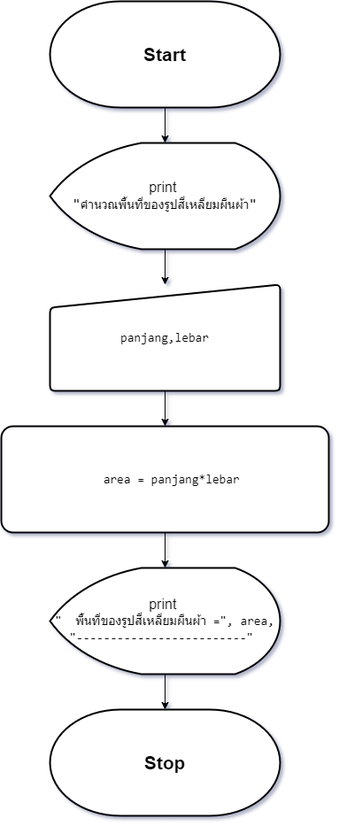
Above: asset/F_png_file/sp_3.drawio.png in TeaplusSsuwan/Geometric_computation (draw.io), before the change. Source tidied: cells renumbered, new cells last; positions are measured from the earlier drawing's top-left corner, leaving out a move shared by most shapes. The source it was exported from:
```xml
<mxGraphModel>
  <root>
    <mxCell id="0" />
    <mxCell id="1" parent="0" />
    <mxCell id="2" value="&lt;font style=&quot;font-size: 21px;&quot;&gt;&lt;b&gt;Start&lt;/b&gt;&lt;/font&gt;" style="strokeWidth=2;html=1;shape=mxgraph.flowchart.terminator;whiteSpace=wrap;" parent="1" vertex="1">
      <mxGeometry x="55" width="260" height="120" as="geometry" />
    </mxCell>
    <mxCell id="3" style="edgeStyle=orthogonalEdgeStyle;rounded=0;jettySize=auto;html=1;entryX=0.5;entryY=0;entryDx=0;entryDy=0;" parent="1" edge="1" source="4" target="7">
      <mxGeometry relative="1" as="geometry" />
    </mxCell>
    <mxCell id="4" value="&lt;font style=&quot;font-size: 16px;&quot;&gt;print&amp;nbsp;&lt;/font&gt;&lt;div&gt;&lt;span style=&quot;font-family: Consolas, &amp;quot;Courier New&amp;quot;, monospace; white-space: pre;&quot;&gt;&lt;font style=&quot;font-size: 16px;&quot;&gt;&quot;&lt;/font&gt;&lt;/span&gt;&lt;span style=&quot;font-family: Consolas, &amp;quot;Courier New&amp;quot;, monospace; font-size: 14px; white-space: pre;&quot;&gt;คำนวณพื้นที่ของรูปสี่เหลี่ยมผืนผ้า&lt;/span&gt;&lt;span style=&quot;font-family: Consolas, &amp;quot;Courier New&amp;quot;, monospace; font-size: 16px; white-space: pre;&quot;&gt;&quot;&lt;/span&gt;&lt;br&gt;&lt;/div&gt;" style="strokeWidth=2;html=1;shape=mxgraph.flowchart.display;whiteSpace=wrap;" parent="1" vertex="1">
      <mxGeometry x="55" y="160" width="260" height="120" as="geometry" />
    </mxCell>
    <mxCell id="5" style="edgeStyle=orthogonalEdgeStyle;rounded=0;jettySize=auto;html=1;entryX=0.5;entryY=0;entryDx=0;entryDy=0;entryPerimeter=0;" parent="1" edge="1" source="2" target="4">
      <mxGeometry relative="1" as="geometry" />
    </mxCell>
    <mxCell id="6" style="edgeStyle=orthogonalEdgeStyle;rounded=0;jettySize=auto;html=1;" parent="1" edge="1" source="7" target="9">
      <mxGeometry relative="1" as="geometry" />
    </mxCell>
    <mxCell id="7" value="&lt;div style=&quot;font-size: 16px;&quot;&gt;&lt;div style=&quot;font-family: Consolas, &amp;quot;Courier New&amp;quot;, monospace; font-size: 14px; line-height: 19px; white-space: pre;&quot;&gt;&lt;div style=&quot;line-height: 19px;&quot;&gt;&lt;span style=&quot;background-color: rgb(255, 255, 255);&quot;&gt;panjang,lebar&lt;/span&gt;&lt;/div&gt;&lt;/div&gt;&lt;/div&gt;" style="html=1;strokeWidth=2;shape=manualInput;whiteSpace=wrap;rounded=1;size=26;arcSize=11;" parent="1" vertex="1">
      <mxGeometry x="55" y="320" width="260" height="120" as="geometry" />
    </mxCell>
    <mxCell id="8" style="edgeStyle=orthogonalEdgeStyle;rounded=0;jettySize=auto;html=1;" parent="1" edge="1" source="9" target="11">
      <mxGeometry relative="1" as="geometry" />
    </mxCell>
    <mxCell id="9" value="&lt;div style=&quot;font-family: Consolas, &amp;quot;Courier New&amp;quot;, monospace; font-size: 16px; line-height: 19px; white-space: pre;&quot;&gt;&lt;div style=&quot;font-size: 14px; line-height: 19px;&quot;&gt;&lt;div style=&quot;&quot;&gt;&lt;div style=&quot;line-height: 19px;&quot;&gt;&lt;div style=&quot;&quot;&gt;&amp;nbsp; area = panjang*lebar&lt;/div&gt;&lt;/div&gt;&lt;/div&gt;&lt;/div&gt;&lt;/div&gt;" style="rounded=1;whiteSpace=wrap;html=1;strokeWidth=2;arcSize=11;" parent="1" vertex="1">
      <mxGeometry y="480" width="370" height="120" as="geometry" />
    </mxCell>
    <mxCell id="10" style="edgeStyle=orthogonalEdgeStyle;rounded=0;jettySize=auto;html=1;" parent="1" edge="1" source="11" target="12">
      <mxGeometry relative="1" as="geometry" />
    </mxCell>
    <mxCell id="11" value="&lt;font style=&quot;font-size: 16px;&quot;&gt;print&amp;nbsp;&lt;/font&gt;&lt;div&gt;&lt;div style=&quot;font-family: Consolas, &amp;quot;Courier New&amp;quot;, monospace; font-size: 14px; line-height: 19px; white-space: pre;&quot;&gt;&quot; &amp;nbsp;พื้นที่ของรูปสี่เหลี่ยมผืนผ้า =&quot;, area,&lt;br&gt;&lt;/div&gt;&lt;div style=&quot;font-family: Consolas, &amp;quot;Courier New&amp;quot;, monospace; font-size: 14px; line-height: 19px; white-space: pre;&quot;&gt;&quot;-------------------------&quot; &lt;/div&gt;&lt;/div&gt;" style="strokeWidth=2;html=1;shape=mxgraph.flowchart.display;whiteSpace=wrap;" parent="1" vertex="1">
      <mxGeometry x="55" y="640" width="260" height="120" as="geometry" />
    </mxCell>
    <mxCell id="12" value="&lt;font style=&quot;font-size: 21px;&quot;&gt;&lt;b&gt;Stop&lt;/b&gt;&lt;/font&gt;" style="strokeWidth=2;html=1;shape=mxgraph.flowchart.terminator;whiteSpace=wrap;" parent="1" vertex="1">
      <mxGeometry x="55" y="800" width="260" height="120" as="geometry" />
    </mxCell>
  </root>
</mxGraphModel>
```
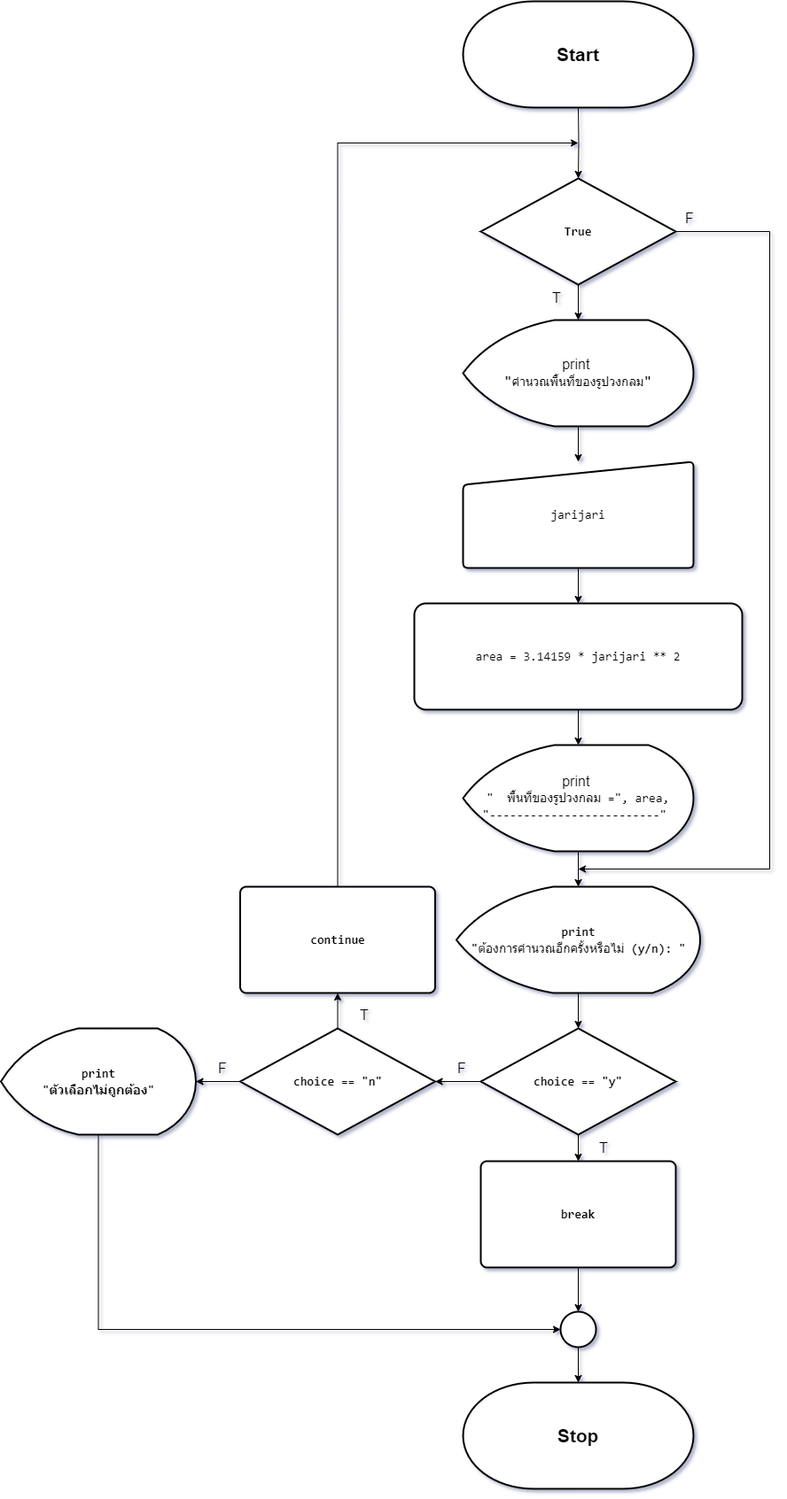
The same file after the commit.

Diff of the diagram source:
```diff
@@ -3,37 +3,129 @@
     <mxCell id="0" />
     <mxCell id="1" parent="0" />
     <mxCell id="2" value="&lt;font style=&quot;font-size: 21px;&quot;&gt;&lt;b&gt;Start&lt;/b&gt;&lt;/font&gt;" style="strokeWidth=2;html=1;shape=mxgraph.flowchart.terminator;whiteSpace=wrap;" parent="1" vertex="1">
-      <mxGeometry x="55" width="260" height="120" as="geometry" />
+      <mxGeometry x="55" y="-200" width="260" height="120" as="geometry" />
     </mxCell>
     <mxCell id="3" style="edgeStyle=orthogonalEdgeStyle;rounded=0;jettySize=auto;html=1;entryX=0.5;entryY=0;entryDx=0;entryDy=0;" parent="1" edge="1" source="4" target="7">
       <mxGeometry relative="1" as="geometry" />
     </mxCell>
-    <mxCell id="4" value="&lt;font style=&quot;font-size: 16px;&quot;&gt;print&amp;nbsp;&lt;/font&gt;&lt;div&gt;&lt;span style=&quot;font-family: Consolas, &amp;quot;Courier New&amp;quot;, monospace; white-space: pre;&quot;&gt;&lt;font style=&quot;font-size: 16px;&quot;&gt;&quot;&lt;/font&gt;&lt;/span&gt;&lt;span style=&quot;font-family: Consolas, &amp;quot;Courier New&amp;quot;, monospace; font-size: 14px; white-space: pre;&quot;&gt;คำนวณพื้นที่ของรูปสี่เหลี่ยมผืนผ้า&lt;/span&gt;&lt;span style=&quot;font-family: Consolas, &amp;quot;Courier New&amp;quot;, monospace; font-size: 16px; white-space: pre;&quot;&gt;&quot;&lt;/span&gt;&lt;br&gt;&lt;/div&gt;" style="strokeWidth=2;html=1;shape=mxgraph.flowchart.display;whiteSpace=wrap;" parent="1" vertex="1">
+    <mxCell id="4" value="&lt;font style=&quot;font-size: 16px;&quot;&gt;print&amp;nbsp;&lt;/font&gt;&lt;div&gt;&lt;span style=&quot;font-family: Consolas, &amp;quot;Courier New&amp;quot;, monospace; white-space: pre;&quot;&gt;&lt;font style=&quot;font-size: 16px;&quot;&gt;&quot;&lt;/font&gt;&lt;/span&gt;&lt;span style=&quot;font-family: Consolas, &amp;quot;Courier New&amp;quot;, monospace; font-size: 14px; white-space: pre;&quot;&gt;คำนวณพื้นที่ของรูปวงกลม&lt;/span&gt;&lt;span style=&quot;font-family: Consolas, &amp;quot;Courier New&amp;quot;, monospace; font-size: 16px; white-space: pre;&quot;&gt;&quot;&lt;/span&gt;&lt;br&gt;&lt;/div&gt;" style="strokeWidth=2;html=1;shape=mxgraph.flowchart.display;whiteSpace=wrap;" parent="1" vertex="1">
       <mxGeometry x="55" y="160" width="260" height="120" as="geometry" />
     </mxCell>
-    <mxCell id="5" style="edgeStyle=orthogonalEdgeStyle;rounded=0;jettySize=auto;html=1;entryX=0.5;entryY=0;entryDx=0;entryDy=0;entryPerimeter=0;" parent="1" edge="1" source="2" target="4">
-      <mxGeometry relative="1" as="geometry" />
-    </mxCell>
     <mxCell id="6" style="edgeStyle=orthogonalEdgeStyle;rounded=0;jettySize=auto;html=1;" parent="1" edge="1" source="7" target="9">
       <mxGeometry relative="1" as="geometry" />
     </mxCell>
-    <mxCell id="7" value="&lt;div style=&quot;font-size: 16px;&quot;&gt;&lt;div style=&quot;font-family: Consolas, &amp;quot;Courier New&amp;quot;, monospace; font-size: 14px; line-height: 19px; white-space: pre;&quot;&gt;&lt;div style=&quot;line-height: 19px;&quot;&gt;&lt;span style=&quot;background-color: rgb(255, 255, 255);&quot;&gt;panjang,lebar&lt;/span&gt;&lt;/div&gt;&lt;/div&gt;&lt;/div&gt;" style="html=1;strokeWidth=2;shape=manualInput;whiteSpace=wrap;rounded=1;size=26;arcSize=11;" parent="1" vertex="1">
+    <mxCell id="7" value="&lt;div style=&quot;font-size: 16px;&quot;&gt;&lt;div style=&quot;font-family: Consolas, &amp;quot;Courier New&amp;quot;, monospace; font-size: 14px; line-height: 19px; white-space: pre;&quot;&gt;&lt;div style=&quot;line-height: 19px;&quot;&gt;&lt;div style=&quot;line-height: 19px;&quot;&gt;jarijari&lt;/div&gt;&lt;/div&gt;&lt;/div&gt;&lt;/div&gt;" style="html=1;strokeWidth=2;shape=manualInput;whiteSpace=wrap;rounded=1;size=26;arcSize=11;" parent="1" vertex="1">
       <mxGeometry x="55" y="320" width="260" height="120" as="geometry" />
     </mxCell>
     <mxCell id="8" style="edgeStyle=orthogonalEdgeStyle;rounded=0;jettySize=auto;html=1;" parent="1" edge="1" source="9" target="11">
       <mxGeometry relative="1" as="geometry" />
     </mxCell>
-    <mxCell id="9" value="&lt;div style=&quot;font-family: Consolas, &amp;quot;Courier New&amp;quot;, monospace; font-size: 16px; line-height: 19px; white-space: pre;&quot;&gt;&lt;div style=&quot;font-size: 14px; line-height: 19px;&quot;&gt;&lt;div style=&quot;&quot;&gt;&lt;div style=&quot;line-height: 19px;&quot;&gt;&lt;div style=&quot;&quot;&gt;&amp;nbsp; area = panjang*lebar&lt;/div&gt;&lt;/div&gt;&lt;/div&gt;&lt;/div&gt;&lt;/div&gt;" style="rounded=1;whiteSpace=wrap;html=1;strokeWidth=2;arcSize=11;" parent="1" vertex="1">
+    <mxCell id="9" value="&lt;div style=&quot;font-family: Consolas, &amp;quot;Courier New&amp;quot;, monospace; font-size: 16px; line-height: 19px; white-space: pre;&quot;&gt;&lt;div style=&quot;font-size: 14px; line-height: 19px;&quot;&gt;&lt;div style=&quot;&quot;&gt;&lt;div style=&quot;line-height: 19px;&quot;&gt;&lt;div style=&quot;&quot;&gt;&lt;div style=&quot;line-height: 19px;&quot;&gt;&lt;span style=&quot;background-color: rgb(255, 255, 255);&quot;&gt;area = 3.14159 * jarijari ** 2&lt;/span&gt;&lt;/div&gt;&lt;/div&gt;&lt;/div&gt;&lt;/div&gt;&lt;/div&gt;&lt;/div&gt;" style="rounded=1;whiteSpace=wrap;html=1;strokeWidth=2;arcSize=11;" parent="1" vertex="1">
       <mxGeometry y="480" width="370" height="120" as="geometry" />
     </mxCell>
-    <mxCell id="10" style="edgeStyle=orthogonalEdgeStyle;rounded=0;jettySize=auto;html=1;" parent="1" edge="1" source="11" target="12">
-      <mxGeometry relative="1" as="geometry" />
-    </mxCell>
+    <mxCell id="13" style="edgeStyle=orthogonalEdgeStyle;rounded=0;jettySize=auto;html=1;" parent="1" edge="1" source="11" target="21">
+      <mxGeometry relative="1" as="geometry" />
+    </mxCell>
-    <mxCell id="11" value="&lt;font style=&quot;font-size: 16px;&quot;&gt;print&amp;nbsp;&lt;/font&gt;&lt;div&gt;&lt;div style=&quot;font-family: Consolas, &amp;quot;Courier New&amp;quot;, monospace; font-size: 14px; line-height: 19px; white-space: pre;&quot;&gt;&quot; &amp;nbsp;พื้นที่ของรูปสี่เหลี่ยมผืนผ้า =&quot;, area,&lt;br&gt;&lt;/div&gt;&lt;div style=&quot;font-family: Consolas, &amp;quot;Courier New&amp;quot;, monospace; font-size: 14px; line-height: 19px; white-space: pre;&quot;&gt;&quot;-------------------------&quot; &lt;/div&gt;&lt;/div&gt;" style="strokeWidth=2;html=1;shape=mxgraph.flowchart.display;whiteSpace=wrap;" parent="1" vertex="1">
+    <mxCell id="11" value="&lt;font style=&quot;font-size: 16px;&quot;&gt;print&amp;nbsp;&lt;/font&gt;&lt;div&gt;&lt;div style=&quot;font-family: Consolas, &amp;quot;Courier New&amp;quot;, monospace; font-size: 14px; line-height: 19px; white-space: pre;&quot;&gt;&quot; &amp;nbsp;พื้นที่ของรูปวงกลม =&quot;, area,&lt;br&gt;&lt;/div&gt;&lt;div style=&quot;font-family: Consolas, &amp;quot;Courier New&amp;quot;, monospace; font-size: 14px; line-height: 19px; white-space: pre;&quot;&gt;&quot;-------------------------&quot; &lt;/div&gt;&lt;/div&gt;" style="strokeWidth=2;html=1;shape=mxgraph.flowchart.display;whiteSpace=wrap;" parent="1" vertex="1">
       <mxGeometry x="55" y="640" width="260" height="120" as="geometry" />
     </mxCell>
     <mxCell id="12" value="&lt;font style=&quot;font-size: 21px;&quot;&gt;&lt;b&gt;Stop&lt;/b&gt;&lt;/font&gt;" style="strokeWidth=2;html=1;shape=mxgraph.flowchart.terminator;whiteSpace=wrap;" parent="1" vertex="1">
-      <mxGeometry x="55" y="800" width="260" height="120" as="geometry" />
+      <mxGeometry x="55" y="1360" width="260" height="120" as="geometry" />
     </mxCell>
+    <mxCell id="14" style="edgeStyle=orthogonalEdgeStyle;rounded=0;jettySize=auto;html=1;" parent="1" edge="1" target="17">
+      <mxGeometry relative="1" as="geometry">
+        <mxPoint x="185" y="-80" as="sourcePoint" />
+      </mxGeometry>
+    </mxCell>
+    <mxCell id="15" style="edgeStyle=orthogonalEdgeStyle;rounded=0;jettySize=auto;html=1;" parent="1" edge="1" source="17" target="4">
+      <mxGeometry relative="1" as="geometry" />
+    </mxCell>
+    <mxCell id="16" style="edgeStyle=orthogonalEdgeStyle;rounded=0;jettySize=auto;html=1;" parent="1" edge="1" source="17">
+      <mxGeometry relative="1" as="geometry">
+        <mxPoint x="185" y="780" as="targetPoint" />
+        <Array as="points">
+          <mxPoint x="401" y="60" />
+          <mxPoint x="401" y="780" />
+        </Array>
+      </mxGeometry>
+    </mxCell>
+    <mxCell id="17" value="&lt;div style=&quot;font-family: Consolas, &amp;quot;Courier New&amp;quot;, monospace; font-size: 14px; line-height: 19px; white-space: pre;&quot;&gt;&lt;span style=&quot;font-size: 14px;&quot;&gt;True&lt;/span&gt;&lt;/div&gt;" style="rhombus;whiteSpace=wrap;html=1;strokeWidth=2;labelBackgroundColor=none;fontColor=default;fontSize=14;fontStyle=1;" parent="1" vertex="1">
+      <mxGeometry x="75" width="220" height="120" as="geometry" />
+    </mxCell>
+    <mxCell id="18" value="T" style="text;html=1;align=center;verticalAlign=middle;whiteSpace=wrap;rounded=0;fontSize=16;" parent="1" vertex="1">
+      <mxGeometry x="131" y="120" width="60" height="30" as="geometry" />
+    </mxCell>
+    <mxCell id="19" value="F" style="text;html=1;align=center;verticalAlign=middle;whiteSpace=wrap;rounded=0;fontSize=16;" parent="1" vertex="1">
+      <mxGeometry x="281" y="30" width="60" height="30" as="geometry" />
+    </mxCell>
+    <mxCell id="20" style="edgeStyle=orthogonalEdgeStyle;rounded=0;jettySize=auto;html=1;labelBackgroundColor=none;fontColor=default;fontSize=14;fontStyle=1;" parent="1" edge="1" source="21" target="24">
+      <mxGeometry relative="1" as="geometry" />
+    </mxCell>
+    <mxCell id="21" value="&lt;div style=&quot;font-family: Consolas, &amp;quot;Courier New&amp;quot;, monospace; font-size: 14px; line-height: 19px; white-space: pre;&quot;&gt;&lt;div style=&quot;line-height: 19px; font-size: 14px;&quot;&gt;&lt;span style=&quot;font-size: 14px;&quot;&gt;print&lt;/span&gt;&lt;/div&gt;&lt;/div&gt;&lt;div style=&quot;font-family: Consolas, &amp;quot;Courier New&amp;quot;, monospace; font-size: 14px; line-height: 19px; white-space: pre;&quot;&gt;&lt;div style=&quot;line-height: 19px; font-size: 14px;&quot;&gt;&lt;span style=&quot;font-size: 14px;&quot;&gt;&quot;&lt;/span&gt;&lt;span style=&quot;font-weight: normal;&quot;&gt;ต้องการคำนวณอีกครั้งหรือไม่&lt;/span&gt;&lt;span style=&quot;background-color: initial;&quot;&gt; (y/n): &quot;&lt;/span&gt;&lt;br&gt;&lt;/div&gt;&lt;/div&gt;" style="strokeWidth=2;html=1;shape=mxgraph.flowchart.display;whiteSpace=wrap;labelBackgroundColor=none;fontColor=default;fontSize=14;fontStyle=1;" parent="1" vertex="1">
+      <mxGeometry x="47.5" y="800" width="275" height="120" as="geometry" />
+    </mxCell>
+    <mxCell id="22" style="edgeStyle=orthogonalEdgeStyle;rounded=0;jettySize=auto;html=1;labelBackgroundColor=none;fontColor=default;fontSize=14;fontStyle=1;" parent="1" edge="1" source="24" target="27">
+      <mxGeometry relative="1" as="geometry" />
+    </mxCell>
+    <mxCell id="23" style="edgeStyle=orthogonalEdgeStyle;rounded=0;jettySize=auto;html=1;labelBackgroundColor=none;fontColor=default;fontSize=14;fontStyle=1;" parent="1" edge="1" source="24" target="31">
+      <mxGeometry relative="1" as="geometry" />
+    </mxCell>
+    <mxCell id="24" value="&lt;div style=&quot;font-family: Consolas, &amp;quot;Courier New&amp;quot;, monospace; font-size: 14px; line-height: 19px; white-space: pre;&quot;&gt;&lt;span style=&quot;font-size: 14px;&quot;&gt;choice &lt;/span&gt;== &lt;span style=&quot;font-size: 14px;&quot;&gt;&quot;y&quot;&lt;/span&gt;&lt;/div&gt;" style="rhombus;whiteSpace=wrap;html=1;strokeWidth=2;labelBackgroundColor=none;fontColor=default;fontSize=14;fontStyle=1;" parent="1" vertex="1">
+      <mxGeometry x="75" y="960" width="220" height="120" as="geometry" />
+    </mxCell>
+    <mxCell id="25" style="edgeStyle=orthogonalEdgeStyle;rounded=0;jettySize=auto;html=1;labelBackgroundColor=none;fontColor=default;fontSize=14;fontStyle=1;" parent="1" edge="1" source="27" target="29">
+      <mxGeometry relative="1" as="geometry" />
+    </mxCell>
+    <mxCell id="26" style="edgeStyle=orthogonalEdgeStyle;rounded=0;jettySize=auto;html=1;labelBackgroundColor=none;fontColor=default;fontSize=14;fontStyle=1;" parent="1" edge="1" source="27" target="33">
+      <mxGeometry relative="1" as="geometry" />
+    </mxCell>
+    <mxCell id="27" value="&lt;div style=&quot;font-family: Consolas, &amp;quot;Courier New&amp;quot;, monospace; font-size: 14px; line-height: 19px; white-space: pre;&quot;&gt;&lt;span style=&quot;font-size: 14px;&quot;&gt;choice &lt;/span&gt;== &lt;span style=&quot;font-size: 14px;&quot;&gt;&quot;&lt;/span&gt;&lt;span style=&quot;font-size: 14px;&quot;&gt;n&lt;/span&gt;&lt;span style=&quot;font-size: 14px;&quot;&gt;&quot;&lt;/span&gt;&lt;br style=&quot;font-size: 14px;&quot;&gt;&lt;/div&gt;" style="rhombus;whiteSpace=wrap;html=1;strokeWidth=2;labelBackgroundColor=none;fontColor=default;fontSize=14;fontStyle=1;" parent="1" vertex="1">
+      <mxGeometry x="-196.5" y="960" width="220" height="120" as="geometry" />
+    </mxCell>
+    <mxCell id="28" style="edgeStyle=orthogonalEdgeStyle;rounded=0;jettySize=auto;html=1;entryX=0;entryY=0.5;entryDx=0;entryDy=0;" parent="1" edge="1" source="29" target="39">
+      <mxGeometry relative="1" as="geometry">
+        <Array as="points">
+          <mxPoint x="-356.5" y="1300" />
+        </Array>
+      </mxGeometry>
+    </mxCell>
+    <mxCell id="29" value="&lt;div style=&quot;font-family: Consolas, &amp;quot;Courier New&amp;quot;, monospace; font-size: 14px; line-height: 19px; white-space: pre;&quot;&gt;&lt;div style=&quot;line-height: 19px; font-size: 14px;&quot;&gt;&lt;span style=&quot;font-size: 14px;&quot;&gt;print&lt;/span&gt;&lt;/div&gt;&lt;/div&gt;&lt;div style=&quot;font-family: Consolas, &amp;quot;Courier New&amp;quot;, monospace; font-size: 14px; line-height: 19px; white-space: pre;&quot;&gt;&lt;span style=&quot;font-size: 14px;&quot;&gt;&quot;&lt;/span&gt;&lt;span style=&quot;font-size: 14px;&quot;&gt;ตัวเลือกไม่ถูกต้อง&lt;/span&gt;&lt;span style=&quot;font-size: 14px;&quot;&gt;&quot;&lt;/span&gt;&lt;br style=&quot;font-size: 14px;&quot;&gt;&lt;/div&gt;" style="strokeWidth=2;html=1;shape=mxgraph.flowchart.display;whiteSpace=wrap;labelBackgroundColor=none;fontColor=default;fontSize=14;fontStyle=1;" parent="1" vertex="1">
+      <mxGeometry x="-466.5" y="960" width="220" height="120" as="geometry" />
+    </mxCell>
+    <mxCell id="30" style="edgeStyle=orthogonalEdgeStyle;rounded=0;jettySize=auto;html=1;" parent="1" edge="1" source="31" target="39">
+      <mxGeometry relative="1" as="geometry" />
+    </mxCell>
+    <mxCell id="31" value="&lt;div style=&quot;font-family: Consolas, &amp;quot;Courier New&amp;quot;, monospace; font-size: 14px; line-height: 19px; white-space: pre;&quot;&gt;&lt;span style=&quot;font-size: 14px;&quot;&gt;break&lt;/span&gt;&lt;/div&gt;" style="rounded=1;whiteSpace=wrap;html=1;absoluteArcSize=1;arcSize=14;strokeWidth=2;labelBackgroundColor=none;fontColor=default;fontSize=14;fontStyle=1;" parent="1" vertex="1">
+      <mxGeometry x="75" y="1110" width="220" height="120" as="geometry" />
+    </mxCell>
+    <mxCell id="32" style="edgeStyle=orthogonalEdgeStyle;rounded=0;jettySize=auto;html=1;" parent="1" edge="1" source="33">
+      <mxGeometry relative="1" as="geometry">
+        <mxPoint x="185" y="-40" as="targetPoint" />
+        <Array as="points">
+          <mxPoint x="-86" y="-40" />
+        </Array>
+      </mxGeometry>
+    </mxCell>
+    <mxCell id="33" value="&lt;div style=&quot;font-family: Consolas, &amp;quot;Courier New&amp;quot;, monospace; font-size: 14px; line-height: 19px; white-space: pre;&quot;&gt;&lt;div style=&quot;line-height: 19px; font-size: 14px;&quot;&gt;&lt;span style=&quot;font-size: 14px;&quot;&gt;continue&lt;/span&gt;&lt;/div&gt;&lt;/div&gt;" style="rounded=1;whiteSpace=wrap;html=1;absoluteArcSize=1;arcSize=14;strokeWidth=2;labelBackgroundColor=none;fontColor=default;fontSize=14;fontStyle=1;" parent="1" vertex="1">
+      <mxGeometry x="-196.5" y="800" width="220" height="120" as="geometry" />
+    </mxCell>
+    <mxCell id="34" value="T" style="text;html=1;align=center;verticalAlign=middle;whiteSpace=wrap;rounded=0;fontSize=16;" parent="1" vertex="1">
+      <mxGeometry x="183.5" y="1080" width="60" height="30" as="geometry" />
+    </mxCell>
+    <mxCell id="35" value="T" style="text;html=1;align=center;verticalAlign=middle;whiteSpace=wrap;rounded=0;fontSize=16;" parent="1" vertex="1">
+      <mxGeometry x="-86.5" y="930" width="60" height="30" as="geometry" />
+    </mxCell>
+    <mxCell id="36" value="F" style="text;html=1;align=center;verticalAlign=middle;whiteSpace=wrap;rounded=0;fontSize=16;" parent="1" vertex="1">
+      <mxGeometry x="23.5" y="990" width="60" height="30" as="geometry" />
+    </mxCell>
+    <mxCell id="37" value="F" style="text;html=1;align=center;verticalAlign=middle;whiteSpace=wrap;rounded=0;fontSize=16;" parent="1" vertex="1">
+      <mxGeometry x="-246.5" y="990" width="60" height="30" as="geometry" />
+    </mxCell>
+    <mxCell id="38" style="edgeStyle=orthogonalEdgeStyle;rounded=0;jettySize=auto;html=1;" parent="1" edge="1" source="39" target="12">
+      <mxGeometry relative="1" as="geometry" />
+    </mxCell>
+    <mxCell id="39" style="ellipse;whiteSpace=wrap;html=1;strokeWidth=2;labelBackgroundColor=none;fontColor=default;fontSize=14;fontStyle=1;" parent="1" vertex="1">
+      <mxGeometry x="165" y="1280" width="40" height="40" as="geometry" />
+    </mxCell>
   </root>
 </mxGraphModel>
```
